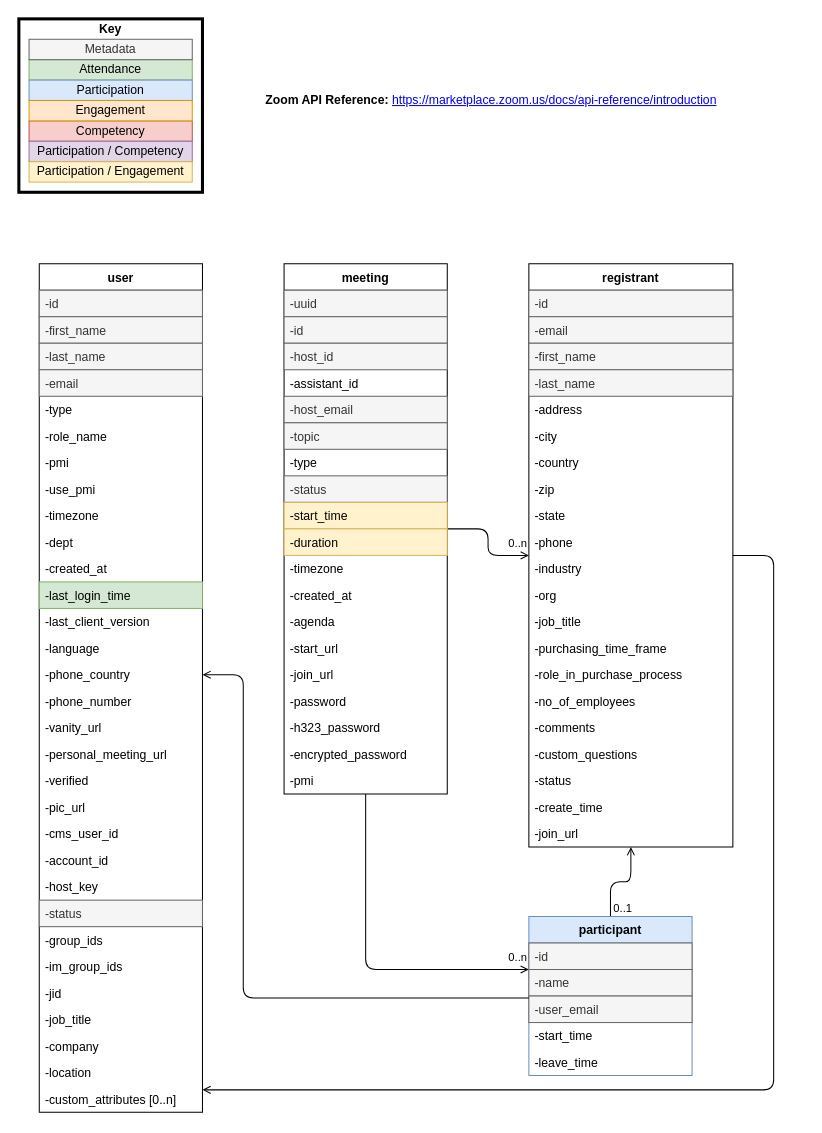
Earlier version of the draw.io diagram page "Zoom API UDM" (5 of 5) of uml diagrams/FIZZ-API-UML.drawio (Ed-Fi-Exchange-OSS/LMS-Toolkit). Source tidied: cells renumbered, new cells numbered last; positions are measured from the earlier drawing's top-left corner, leaving out a move shared by most shapes. Both pictures are drawn from the tidied source at 102%, with x=0, y=0 at pixel (18, 18).
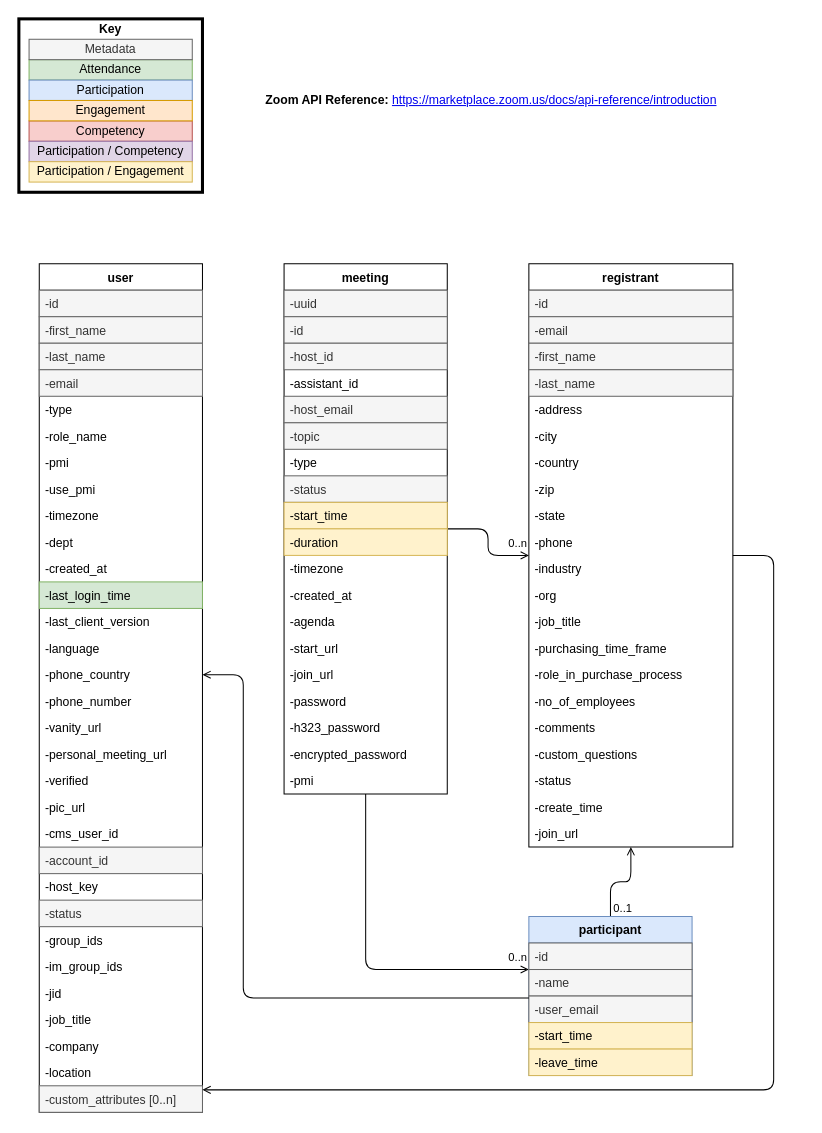
After the change.

Unchanged cells that the change refers to:
```xml
<mxCell id="12" value="user" style="swimlane;fontStyle=1;horizontal=1;startSize=26;strokeWidth=1;" parent="1" vertex="1">
  <mxGeometry x="20" y="240" width="160" height="832" as="geometry" />
</mxCell>
<mxCell id="72" value="participant" style="swimlane;fontStyle=1;horizontal=1;startSize=26;strokeWidth=1;fillColor=#dae8fc;strokeColor=#6c8ebf;" parent="1" vertex="1">
  <mxGeometry x="500" y="880" width="160" height="156" as="geometry" />
</mxCell>
```

Diff of the diagram source:
```diff
@@
-    <mxCell id="34" value="-account_id" style="text;strokeColor=none;fillColor=none;align=left;verticalAlign=top;spacingLeft=4;spacingRight=4;overflow=hidden;" parent="12" vertex="1">
+    <mxCell id="34" value="-account_id" style="text;strokeColor=#666666;fillColor=#f5f5f5;align=left;verticalAlign=top;spacingLeft=4;spacingRight=4;overflow=hidden;fontColor=#333333;" parent="12" vertex="1">
       <mxGeometry y="572" width="160" height="26" as="geometry" />
     </mxCell>
@@
-    <mxCell id="43" value="-custom_attributes [0..n]" style="text;strokeColor=none;fillColor=none;align=left;verticalAlign=top;spacingLeft=4;spacingRight=4;overflow=hidden;" parent="12" vertex="1">
+    <mxCell id="43" value="-custom_attributes [0..n]" style="text;strokeColor=#666666;fillColor=#f5f5f5;align=left;verticalAlign=top;spacingLeft=4;spacingRight=4;overflow=hidden;fontColor=#333333;" parent="12" vertex="1">
       <mxGeometry y="806" width="160" height="26" as="geometry" />
     </mxCell>
@@
-    <mxCell id="76" value="-start_time" style="text;strokeColor=none;fillColor=none;align=left;verticalAlign=top;spacingLeft=4;spacingRight=4;overflow=hidden;" parent="72" vertex="1">
+    <mxCell id="76" value="-start_time" style="text;strokeColor=#d6b656;fillColor=#fff2cc;align=left;verticalAlign=top;spacingLeft=4;spacingRight=4;overflow=hidden;" parent="72" vertex="1">
       <mxGeometry y="104" width="160" height="26" as="geometry" />
     </mxCell>
-    <mxCell id="77" value="-leave_time" style="text;strokeColor=none;fillColor=none;align=left;verticalAlign=top;spacingLeft=4;spacingRight=4;overflow=hidden;" parent="72" vertex="1">
+    <mxCell id="77" value="-leave_time" style="text;strokeColor=#d6b656;fillColor=#fff2cc;align=left;verticalAlign=top;spacingLeft=4;spacingRight=4;overflow=hidden;" parent="72" vertex="1">
       <mxGeometry y="130" width="160" height="26" as="geometry" />
     </mxCell>
```
